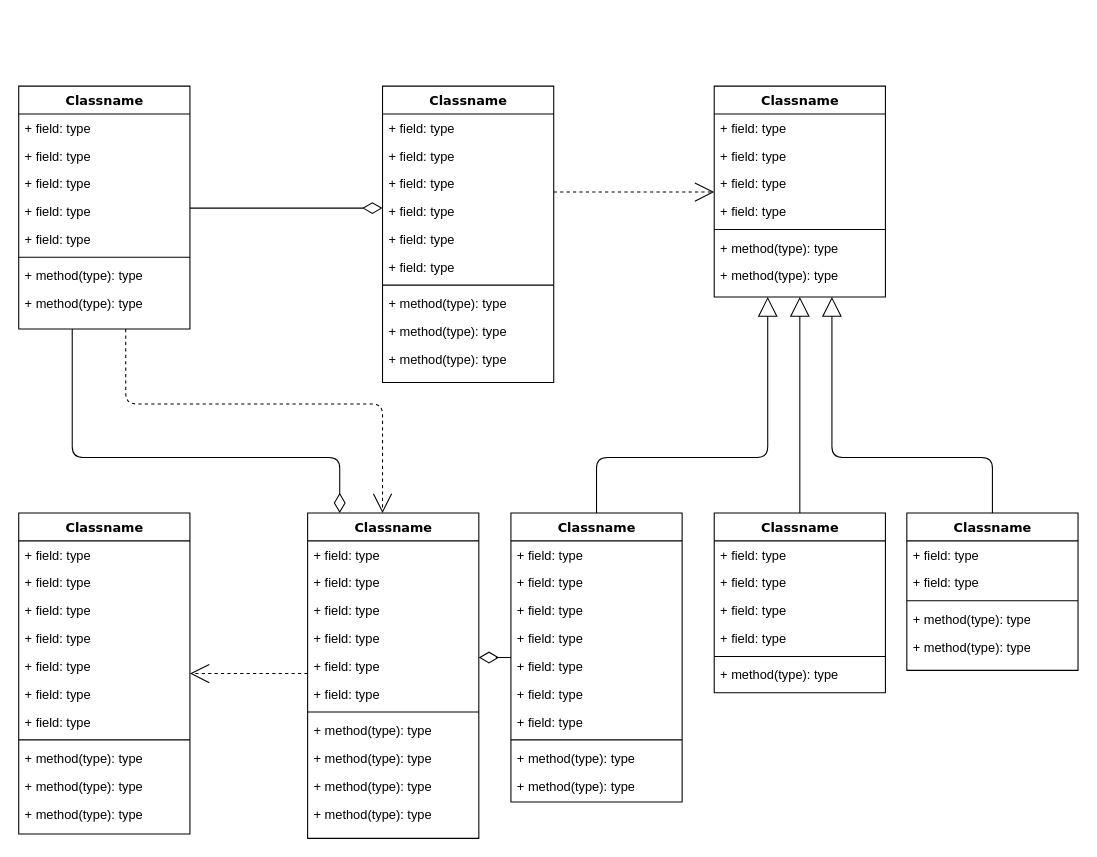
Above: Class Diagram.drawio in hasanuyanik/news-web-app (draw.io), before the change. Source tidied: cells renumbered, new cells numbered last; positions are measured from the earlier drawing's top-left corner, leaving out a move shared by most shapes. Both pictures are drawn from the tidied source at 107%, with x=0, y=0 at pixel (18, 86).
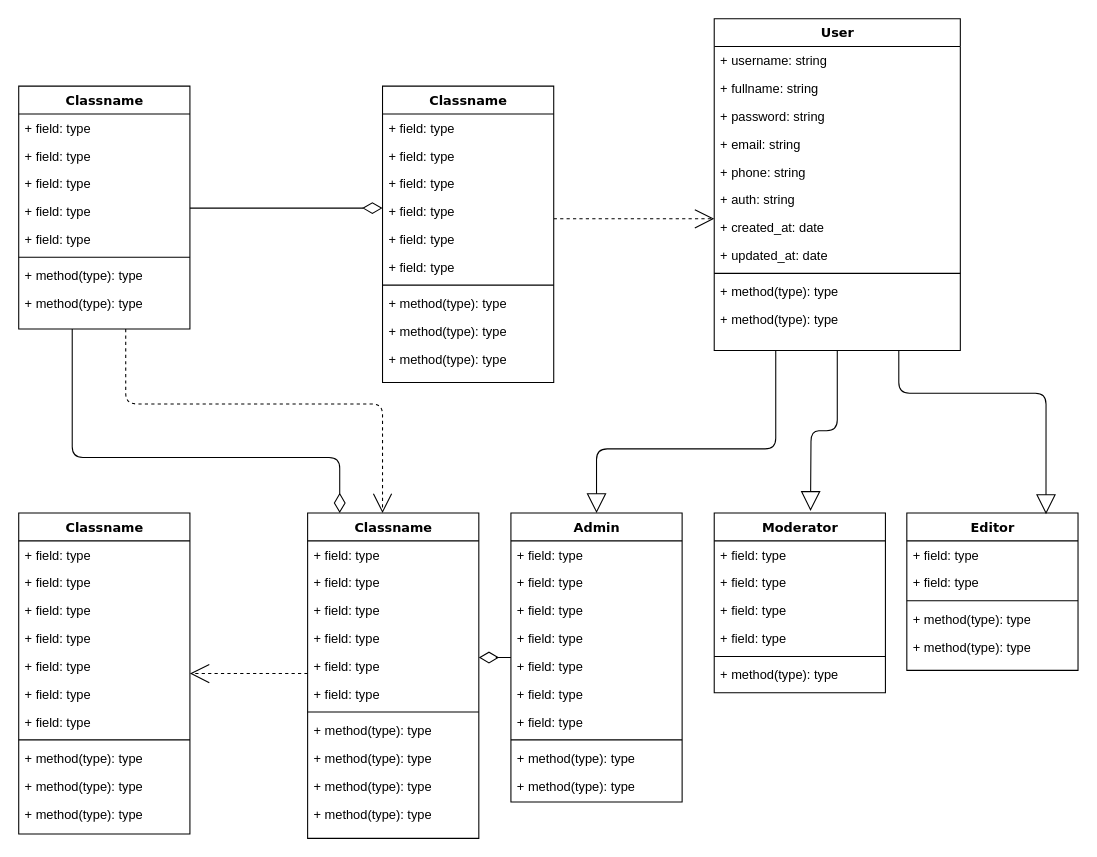
After the change.

Diff of the diagram source:
```diff
@@
-    <mxCell id="25" value="Classname" style="swimlane;html=1;fontStyle=1;align=center;verticalAlign=top;horizontal=1;startSize=26;swimlaneFillColor=#ffffff;rounded=0;shadow=0;comic=0;labelBackgroundColor=none;strokeWidth=1;fillColor=none;fontFamily=Verdana;fontSize=12;" parent="1" vertex="1">
-      <mxGeometry x="650" width="160" height="197" as="geometry" />
+    <mxCell id="25" value="User" style="swimlane;html=1;fontStyle=1;align=center;verticalAlign=top;horizontal=1;startSize=26;swimlaneFillColor=#ffffff;rounded=0;shadow=0;comic=0;labelBackgroundColor=none;strokeWidth=1;fillColor=none;fontFamily=Verdana;fontSize=12;" parent="1" vertex="1">
+      <mxGeometry x="650" y="-63" width="230" height="310" as="geometry" />
     </mxCell>
-    <mxCell id="26" value="+ field: type" style="text;html=1;strokeColor=none;fillColor=none;align=left;verticalAlign=top;spacingLeft=4;spacingRight=4;whiteSpace=wrap;overflow=hidden;" parent="25" vertex="1">
-      <mxGeometry y="26" width="160" height="26" as="geometry" />
+    <mxCell id="26" value="+ username: string" style="text;html=1;strokeColor=none;fillColor=none;align=left;verticalAlign=top;spacingLeft=4;spacingRight=4;whiteSpace=wrap;overflow=hidden;" parent="25" vertex="1">
+      <mxGeometry y="26" width="230" height="26" as="geometry" />
     </mxCell>
-    <mxCell id="27" value="+ field: type" style="text;html=1;strokeColor=none;fillColor=none;align=left;verticalAlign=top;spacingLeft=4;spacingRight=4;whiteSpace=wrap;overflow=hidden;" parent="25" vertex="1">
-      <mxGeometry y="52" width="160" height="26" as="geometry" />
+    <mxCell id="27" value="+ fullname: string" style="text;html=1;strokeColor=none;fillColor=none;align=left;verticalAlign=top;spacingLeft=4;spacingRight=4;whiteSpace=wrap;overflow=hidden;" parent="25" vertex="1">
+      <mxGeometry y="52" width="230" height="26" as="geometry" />
     </mxCell>
-    <mxCell id="28" value="+ field: type" style="text;html=1;strokeColor=none;fillColor=none;align=left;verticalAlign=top;spacingLeft=4;spacingRight=4;whiteSpace=wrap;overflow=hidden;" parent="25" vertex="1">
-      <mxGeometry y="78" width="160" height="26" as="geometry" />
+    <mxCell id="28" value="+ password: string" style="text;html=1;strokeColor=none;fillColor=none;align=left;verticalAlign=top;spacingLeft=4;spacingRight=4;whiteSpace=wrap;overflow=hidden;" parent="25" vertex="1">
+      <mxGeometry y="78" width="230" height="26" as="geometry" />
     </mxCell>
-    <mxCell id="29" value="+ field: type" style="text;html=1;strokeColor=none;fillColor=none;align=left;verticalAlign=top;spacingLeft=4;spacingRight=4;whiteSpace=wrap;overflow=hidden;" parent="25" vertex="1">
-      <mxGeometry y="104" width="160" height="26" as="geometry" />
+    <mxCell id="29" value="+ email: string" style="text;html=1;strokeColor=none;fillColor=none;align=left;verticalAlign=top;spacingLeft=4;spacingRight=4;whiteSpace=wrap;overflow=hidden;" parent="25" vertex="1">
+      <mxGeometry y="104" width="230" height="26" as="geometry" />
     </mxCell>
+    <mxCell id="87" value="+ phone: string" style="text;html=1;strokeColor=none;fillColor=none;align=left;verticalAlign=top;spacingLeft=4;spacingRight=4;whiteSpace=wrap;overflow=hidden;" parent="25" vertex="1">
+      <mxGeometry y="130" width="230" height="26" as="geometry" />
+    </mxCell>
+    <mxCell id="88" value="+ auth: string" style="text;html=1;strokeColor=none;fillColor=none;align=left;verticalAlign=top;spacingLeft=4;spacingRight=4;whiteSpace=wrap;overflow=hidden;" parent="25" vertex="1">
+      <mxGeometry y="156" width="230" height="26" as="geometry" />
+    </mxCell>
+    <mxCell id="89" value="+ created_at: date" style="text;html=1;strokeColor=none;fillColor=none;align=left;verticalAlign=top;spacingLeft=4;spacingRight=4;whiteSpace=wrap;overflow=hidden;" parent="25" vertex="1">
+      <mxGeometry y="182" width="230" height="26" as="geometry" />
+    </mxCell>
+    <mxCell id="90" value="+ updated_at: date" style="text;html=1;strokeColor=none;fillColor=none;align=left;verticalAlign=top;spacingLeft=4;spacingRight=4;whiteSpace=wrap;overflow=hidden;" parent="25" vertex="1">
+      <mxGeometry y="208" width="230" height="26" as="geometry" />
+    </mxCell>
     <mxCell id="30" style="line;html=1;strokeWidth=1;fillColor=none;align=left;verticalAlign=middle;spacingTop=-1;spacingLeft=3;spacingRight=3;labelPosition=right;" parent="25" vertex="1">
-      <mxGeometry y="130" width="160" height="8" as="geometry" />
+      <mxGeometry y="234" width="230" height="8" as="geometry" />
     </mxCell>
+    <mxCell id="32" value="+ method(type): type" style="text;html=1;strokeColor=none;fillColor=none;align=left;verticalAlign=top;spacingLeft=4;spacingRight=4;whiteSpace=wrap;overflow=hidden;" parent="25" vertex="1">
+      <mxGeometry y="242" width="230" height="26" as="geometry" />
+    </mxCell>
     <mxCell id="31" value="+ method(type): type" style="text;html=1;strokeColor=none;fillColor=none;align=left;verticalAlign=top;spacingLeft=4;spacingRight=4;whiteSpace=wrap;overflow=hidden;" parent="25" vertex="1">
-      <mxGeometry y="138" width="160" height="26" as="geometry" />
+      <mxGeometry y="268" width="230" height="26" as="geometry" />
     </mxCell>
-    <mxCell id="32" value="+ method(type): type" style="text;html=1;strokeColor=none;fillColor=none;align=left;verticalAlign=top;spacingLeft=4;spacingRight=4;whiteSpace=wrap;overflow=hidden;" parent="25" vertex="1">
-      <mxGeometry y="164" width="160" height="26" as="geometry" />
-    </mxCell>
@@
-    <mxCell id="59" style="edgeStyle=orthogonalEdgeStyle;html=1;labelBackgroundColor=none;startFill=0;startSize=8;endArrow=block;endFill=0;endSize=16;fontFamily=Verdana;fontSize=12;" parent="1" edge="1" source="60" target="25">
+    <mxCell id="59" style="edgeStyle=orthogonalEdgeStyle;html=1;labelBackgroundColor=none;startFill=0;startSize=8;endArrow=block;endFill=0;endSize=16;fontFamily=Verdana;fontSize=12;exitX=0.25;exitY=1;exitDx=0;exitDy=0;" parent="1" edge="1" source="25">
       <mxGeometry relative="1" as="geometry">
+        <mxPoint x="540" y="399" as="targetPoint" />
         <Array as="points">
-          <mxPoint x="540" y="347" />
-          <mxPoint x="700" y="347" />
+          <mxPoint x="708" y="339" />
+          <mxPoint x="540" y="339" />
         </Array>
       </mxGeometry>
     </mxCell>
-    <mxCell id="60" value="Classname" style="swimlane;html=1;fontStyle=1;align=center;verticalAlign=top;horizontal=1;startSize=26;swimlaneFillColor=#ffffff;rounded=0;shadow=0;comic=0;labelBackgroundColor=none;strokeWidth=1;fillColor=none;fontFamily=Verdana;fontSize=12;" parent="1" vertex="1">
+    <mxCell id="60" value="Admin" style="swimlane;html=1;fontStyle=1;align=center;verticalAlign=top;horizontal=1;startSize=26;swimlaneFillColor=#ffffff;rounded=0;shadow=0;comic=0;labelBackgroundColor=none;strokeWidth=1;fillColor=none;fontFamily=Verdana;fontSize=12;" parent="1" vertex="1">
       <mxGeometry x="460" y="399" width="160" height="270" as="geometry" />
     </mxCell>
@@
-    <mxCell id="71" style="edgeStyle=orthogonalEdgeStyle;html=1;labelBackgroundColor=none;startFill=0;startSize=8;endArrow=block;endFill=0;endSize=16;fontFamily=Verdana;fontSize=12;" parent="1" edge="1" source="72" target="25">
-      <mxGeometry relative="1" as="geometry" />
+    <mxCell id="71" style="edgeStyle=orthogonalEdgeStyle;html=1;labelBackgroundColor=none;startFill=0;startSize=8;endArrow=block;endFill=0;endSize=16;fontFamily=Verdana;fontSize=12;exitX=0.5;exitY=1;exitDx=0;exitDy=0;" parent="1" edge="1" source="25">
+      <mxGeometry relative="1" as="geometry">
+        <mxPoint x="740" y="397" as="targetPoint" />
+      </mxGeometry>
     </mxCell>
-    <mxCell id="72" value="Classname" style="swimlane;html=1;fontStyle=1;align=center;verticalAlign=top;horizontal=1;startSize=26;swimlaneFillColor=#ffffff;rounded=0;shadow=0;comic=0;labelBackgroundColor=none;strokeWidth=1;fillColor=none;fontFamily=Verdana;fontSize=12;" parent="1" vertex="1">
+    <mxCell id="72" value="Moderator" style="swimlane;html=1;fontStyle=1;align=center;verticalAlign=top;horizontal=1;startSize=26;swimlaneFillColor=#ffffff;rounded=0;shadow=0;comic=0;labelBackgroundColor=none;strokeWidth=1;fillColor=none;fontFamily=Verdana;fontSize=12;" parent="1" vertex="1">
       <mxGeometry x="650" y="399" width="160" height="168" as="geometry" />
     </mxCell>
@@
-    <mxCell id="79" style="edgeStyle=orthogonalEdgeStyle;html=1;labelBackgroundColor=none;startFill=0;startSize=8;endArrow=block;endFill=0;endSize=16;fontFamily=Verdana;fontSize=12;" parent="1" edge="1" source="80" target="25">
+    <mxCell id="79" style="edgeStyle=orthogonalEdgeStyle;html=1;labelBackgroundColor=none;startFill=0;startSize=8;endArrow=block;endFill=0;endSize=16;fontFamily=Verdana;fontSize=12;exitX=0.75;exitY=1;exitDx=0;exitDy=0;entryX=0.813;entryY=0.007;entryDx=0;entryDy=0;entryPerimeter=0;" parent="1" edge="1" source="25" target="80">
       <mxGeometry relative="1" as="geometry">
         <Array as="points">
-          <mxPoint x="910" y="347" />
-          <mxPoint x="760" y="347" />
+          <mxPoint x="823" y="287" />
+          <mxPoint x="960" y="287" />
         </Array>
       </mxGeometry>
     </mxCell>
-    <mxCell id="80" value="Classname" style="swimlane;html=1;fontStyle=1;align=center;verticalAlign=top;horizontal=1;startSize=26;swimlaneFillColor=#ffffff;rounded=0;shadow=0;comic=0;labelBackgroundColor=none;strokeWidth=1;fillColor=none;fontFamily=Verdana;fontSize=12;" parent="1" vertex="1">
+    <mxCell id="80" value="Editor" style="swimlane;html=1;fontStyle=1;align=center;verticalAlign=top;horizontal=1;startSize=26;swimlaneFillColor=#ffffff;rounded=0;shadow=0;comic=0;labelBackgroundColor=none;strokeWidth=1;fillColor=none;fontFamily=Verdana;fontSize=12;" parent="1" vertex="1">
       <mxGeometry x="830" y="399" width="160" height="147" as="geometry" />
     </mxCell>
```
